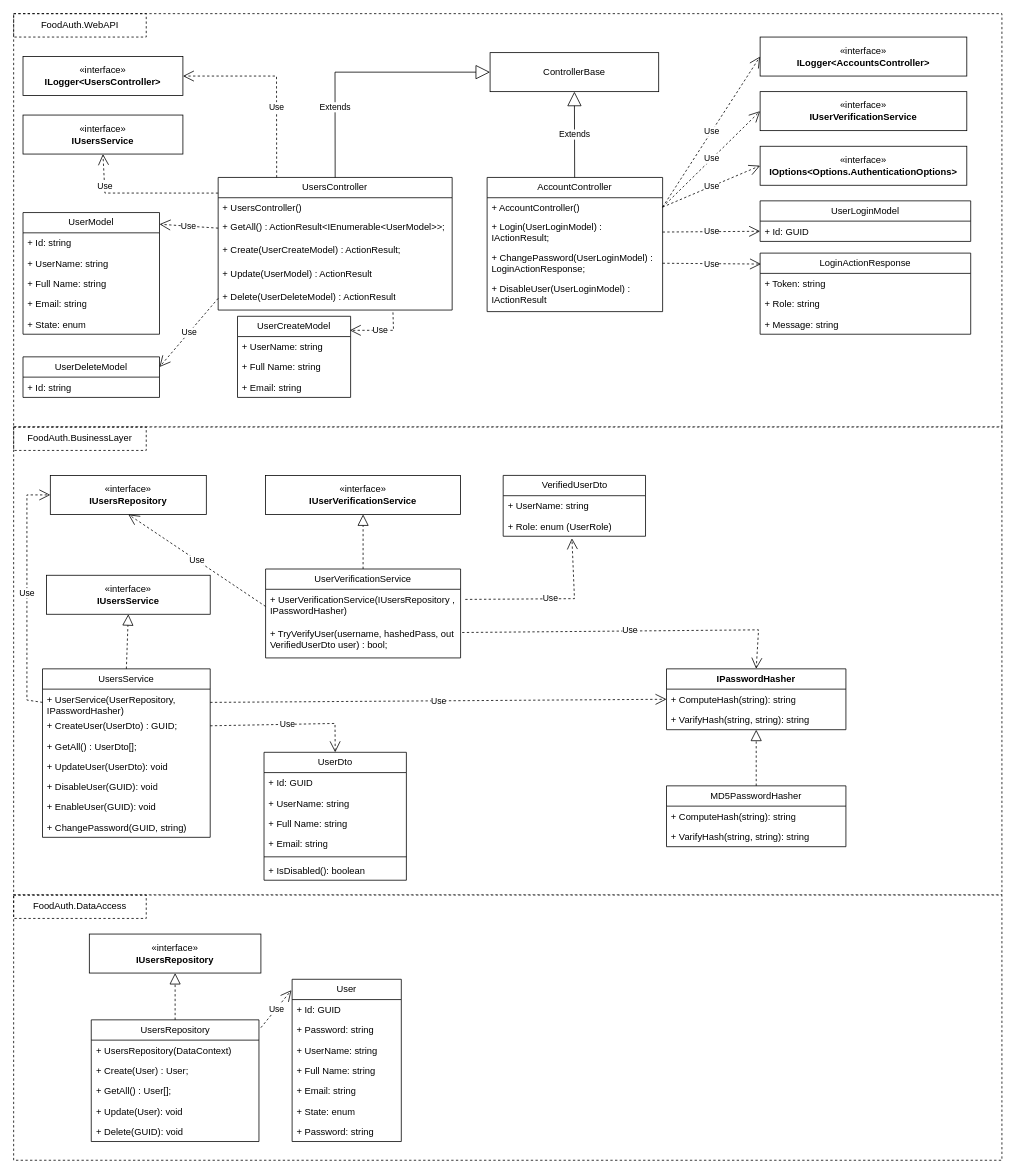
Above: page "FoodUserAuth" (2 of 7) of docs/diagrams/all_services_schemas.drawio in otusroom5/food-manager (draw.io), before the change. Source tidied: cells renumbered, new cells numbered last; positions are measured from the earlier drawing's top-left corner, leaving out a move shared by most shapes. Both pictures are drawn from the tidied source at 78%, with x=0, y=0 at pixel (13, 13).
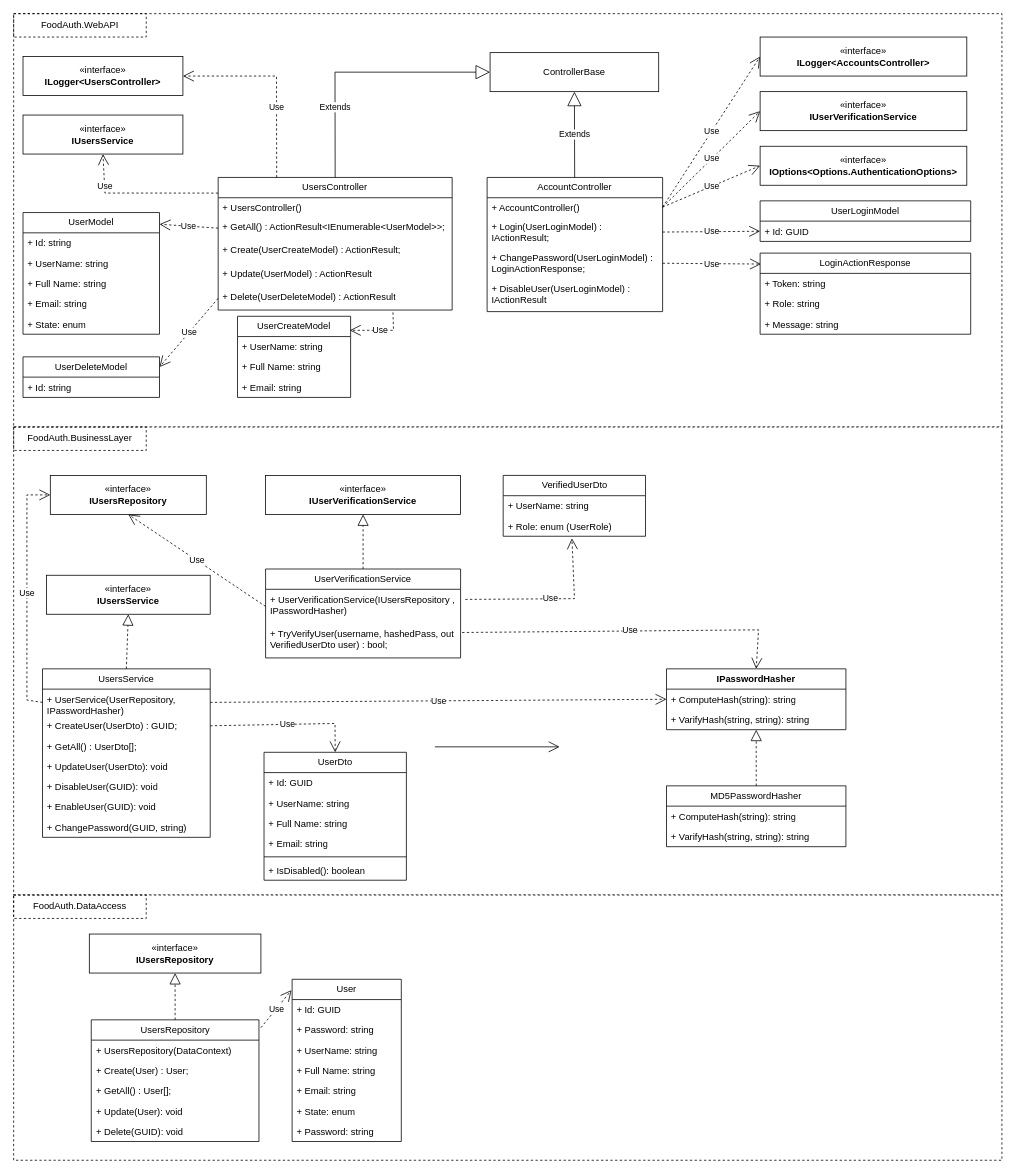
The same diagram, later.

Diff of the diagram source:
```diff
@@
+    <mxCell id="111" style="endArrow=open;endFill=1;endSize=12;html=1;rounded=0;" parent="1" edge="1">
+      <mxGeometry relative="1" as="geometry">
+        <mxPoint x="540" y="940" as="sourcePoint" />
+        <mxPoint x="700" y="940" as="targetPoint" />
+      </mxGeometry>
+    </mxCell>
```
